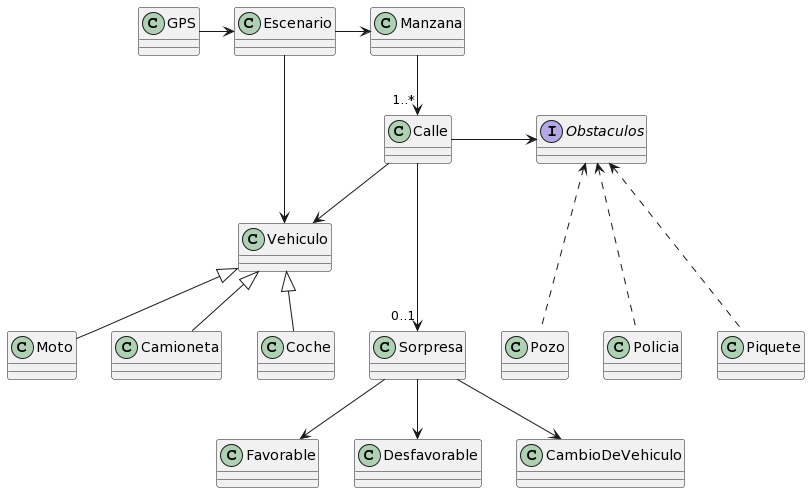
JorgeSedek/algo3_tp2 keeps this PlantUML diagram as diagrams/classes/general_clases_01.png. Above is the earlier version.
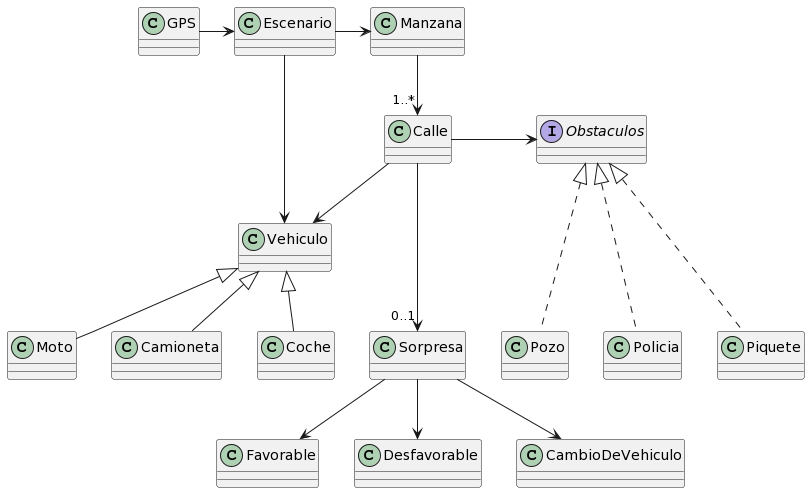
After the change.

Commit message:
Correción al diagrama subido anteriormente

Diff of the diagram source:
```diff
@@ -20,7 +20,7 @@
 
 interface Obstaculos
 
-Obstaculos <... Pozo
-Obstaculos <... Policia
-Obstaculos <... Piquete
+Obstaculos <|... Pozo
+Obstaculos <|... Policia
+Obstaculos <|... Piquete
 @enduml
```
